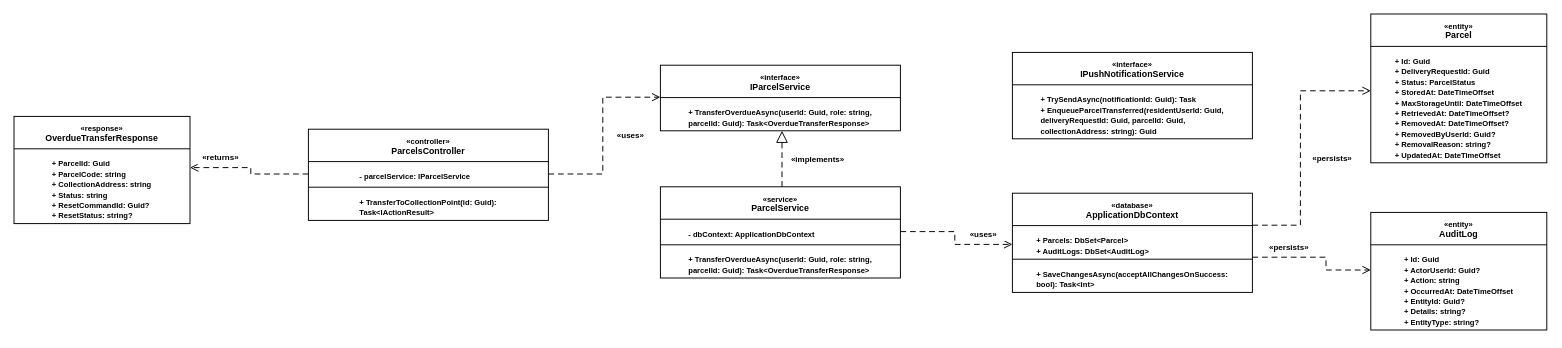
Above: page 8 of 31 of RP4/drawio/RP4-3.5.drawio in se-05-sdlms/smart-locking-diagram (draw.io), before the change. Source tidied: cells renumbered, new cells numbered last; positions are measured from the earlier drawing's top-left corner, leaving out a move shared by most shapes. Both pictures are drawn from the tidied source at 80%, with x=0, y=0 at pixel (14, 14).
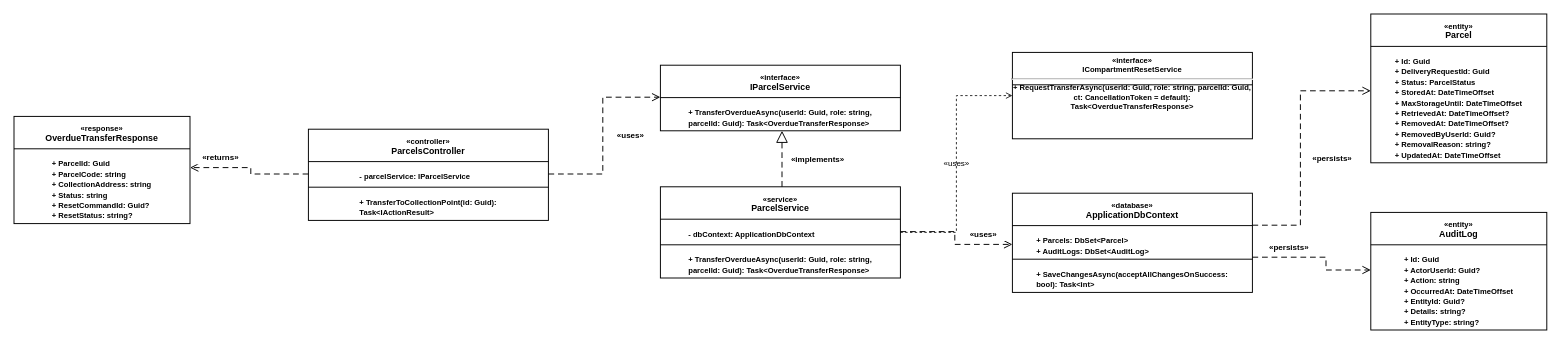
Above is the later version.

Unchanged cells that the change refers to:
```xml
<mxCell id="4" value="&lt;div style=&quot;display:block;width:100%;text-align:center;padding:5px 0 6px;margin:0;height:29px;box-sizing:border-box&quot;&gt;&lt;b style=&quot;font-size:9.5px&quot;&gt;«service»&lt;/b&gt;&lt;br&gt;&lt;b style=&quot;font-size:11px&quot;&gt;ParcelService&lt;/b&gt;&lt;/div&gt;&lt;div style=&quot;height:11px&quot;&gt;&lt;/div&gt;&lt;div style=&quot;height:32px;box-sizing:border-box;padding:8px 8px 4px;margin:0;line-height:13px;font-size:9.5px;font-family:Arial,sans-serif;font-weight:bold;white-space:normal;text-align:left&quot;&gt;- dbContext: ApplicationDbContext&lt;/div&gt;&lt;div style=&quot;height:42px;box-sizing:border-box;padding:8px 8px 4px;margin:0;line-height:13px;font-size:9.5px;font-family:Arial,sans-serif;font-weight:bold;white-space:normal;text-align:left&quot;&gt;+ TransferOverdueAsync(userId: Guid, role: string,&lt;br&gt;  parcelId: Guid): Task&amp;lt;OverdueTransferResponse&amp;gt;&lt;/div&gt;" style="html=1;whiteSpace=wrap;fontFamily=Arial;fontSize=14;fontColor=#000000;shadow=0;whiteSpace=wrap;html=1;align=center;verticalAlign=top;spacing=0;spacingLeft=0;spacingRight=0;spacingTop=0;spacingBottom=0;fillColor=#FFFFFF;strokeColor=#000000;strokeWidth=1.2;fontColor=#000000;fontSize=9.5;fontFamily=Arial;fontStyle=1;rounded=0;" parent="1" vertex="1">
  <mxGeometry x="808" y="216" width="300" height="114" as="geometry" />
</mxCell>
```

What changed in the source:
```diff
@@
-    <mxCell id="6" value="&lt;div style=&quot;display:block;width:100%;text-align:center;padding:5px 0 6px;margin:0;height:29px;box-sizing:border-box&quot;&gt;&lt;b style=&quot;font-size:9.5px&quot;&gt;«interface»&lt;/b&gt;&lt;br&gt;&lt;b style=&quot;font-size:11px&quot;&gt;IPushNotificationService&lt;/b&gt;&lt;/div&gt;&lt;div style=&quot;height:11px&quot;&gt;&lt;/div&gt;&lt;div style=&quot;height:68px;box-sizing:border-box;padding:8px 8px 4px;margin:0;line-height:13px;font-size:9.5px;font-family:Arial,sans-serif;font-weight:bold;white-space:normal;text-align:left&quot;&gt;+ TrySendAsync(notificationId: Guid): Task&lt;br&gt;+ EnqueueParcelTransferred(residentUserId: Guid,&lt;br&gt;  deliveryRequestId: Guid, parcelId: Guid,&lt;br&gt;  collectionAddress: string): Guid&lt;/div&gt;" style="html=1;whiteSpace=wrap;fontFamily=Arial;fontSize=14;fontColor=#000000;shadow=0;whiteSpace=wrap;html=1;align=center;verticalAlign=top;spacing=0;spacingLeft=0;spacingRight=0;spacingTop=0;spacingBottom=0;fillColor=#FFFFFF;strokeColor=#000000;strokeWidth=1.2;fontColor=#000000;fontSize=9.5;fontFamily=Arial;fontStyle=1;rounded=0;" parent="1" vertex="1">
+    <mxCell id="6" value="«interface»&lt;br&gt;&lt;b&gt;ICompartmentResetService&lt;/b&gt;&lt;hr&gt;+ RequestTransferAsync(userId: Guid, role: string, parcelId: Guid, ct: CancellationToken = default): Task&amp;lt;OverdueTransferResponse&amp;gt;" style="html=1;whiteSpace=wrap;fontFamily=Arial;fontSize=14;fontColor=#000000;shadow=0;whiteSpace=wrap;html=1;align=center;verticalAlign=top;spacing=0;spacingLeft=0;spacingRight=0;spacingTop=0;spacingBottom=0;fillColor=#FFFFFF;strokeColor=#000000;strokeWidth=1.2;fontColor=#000000;fontSize=9.5;fontFamily=Arial;fontStyle=1;rounded=0;" parent="1" vertex="1">
       <mxGeometry x="1248" y="48" width="300" height="108" as="geometry" />
     </mxCell>
@@
+    <mxCell id="33" value="«uses»" style="edgeStyle=orthogonalEdgeStyle;rounded=0;dashed=1;endArrow=open;endFill=0;html=1;strokeColor=#000000;fontColor=#000000;fontSize=10;labelBackgroundColor=none;" parent="1" edge="1" source="4" target="6">
+      <mxGeometry relative="1" as="geometry">
+        <Array as="points">
+          <mxPoint x="1178" y="273" />
+          <mxPoint x="1178" y="102" />
+        </Array>
+      </mxGeometry>
+    </mxCell>
```
